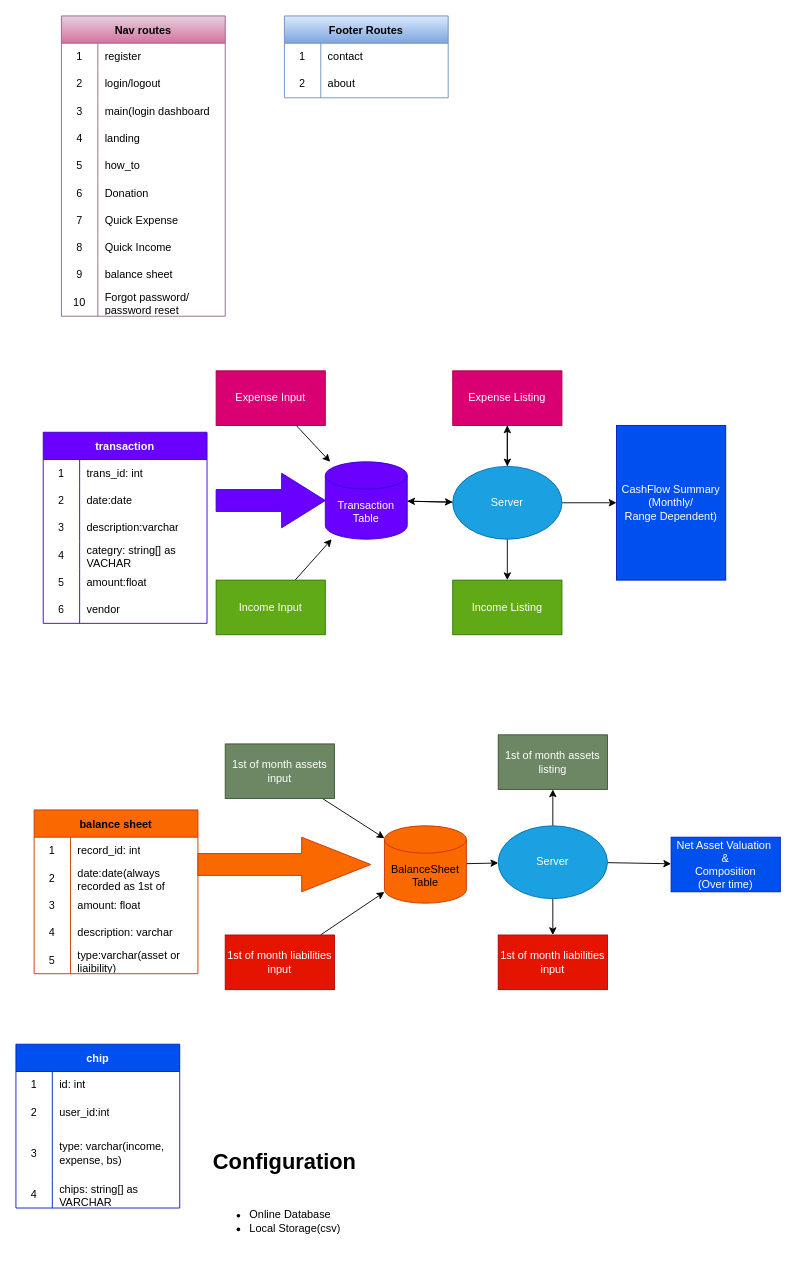
Earlier version of the draw.io diagram cashamole.drawio (drbenn/cashamole-v1-angular). Source tidied: cells renumbered, new cells numbered last; positions are measured from the earlier drawing's top-left corner, leaving out a move shared by most shapes. Both pictures are drawn from the tidied source at 91%, with x=0, y=0 at pixel (15, 15).
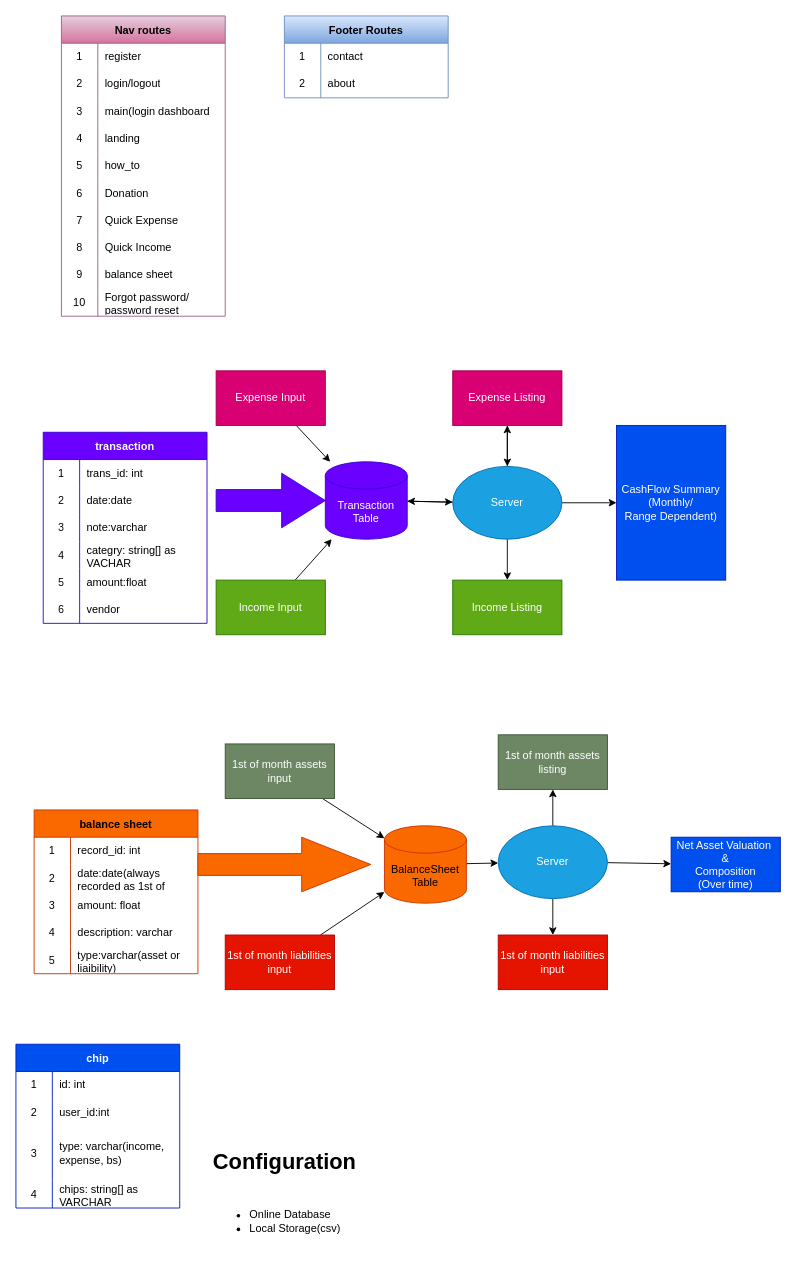
The same page after the edit.

Unchanged cells that the change refers to:
```xml
<mxCell id="39" style="shape=tableRow;horizontal=0;startSize=0;swimlaneHead=0;swimlaneBody=0;top=0;left=0;bottom=0;right=0;fillColor=none;" parent="32" vertex="1">
  <mxGeometry y="90" width="180" height="30" as="geometry" />
</mxCell>
```

What changed in the source:
```diff
@@
-    <mxCell id="41" value="description:varchar" style="shape=partialRectangle;html=1;whiteSpace=wrap;fillColor=none;top=0;left=0;bottom=0;right=0;align=left;spacingLeft=6;overflow=hidden;" parent="39" vertex="1">
+    <mxCell id="41" value="note:varchar" style="shape=partialRectangle;html=1;whiteSpace=wrap;fillColor=none;top=0;left=0;bottom=0;right=0;align=left;spacingLeft=6;overflow=hidden;" parent="39" vertex="1">
       <mxGeometry x="40" width="140" height="30" as="geometry" />
     </mxCell>
```
